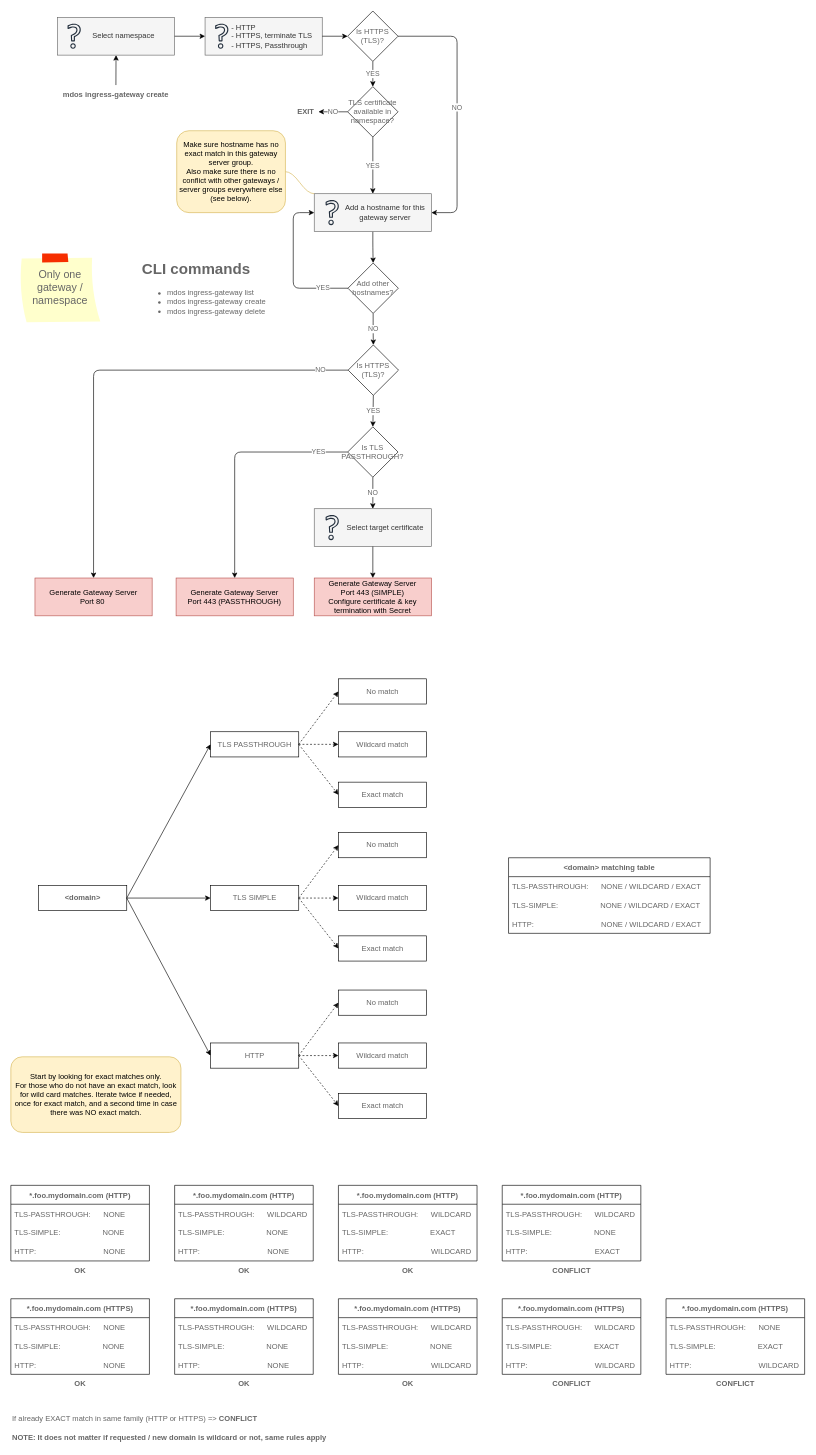
Earlier version of the draw.io diagram page "Gateway management" (8 of 9) of mdos-docs/draw.io/architecture.drawio (mdundek/mdos). Source tidied: cells renumbered, new cells numbered last; positions are measured from the earlier drawing's top-left corner, leaving out a move shared by most shapes. Both pictures are drawn from the tidied source at 63%, with x=0, y=0 at pixel (11, 11).
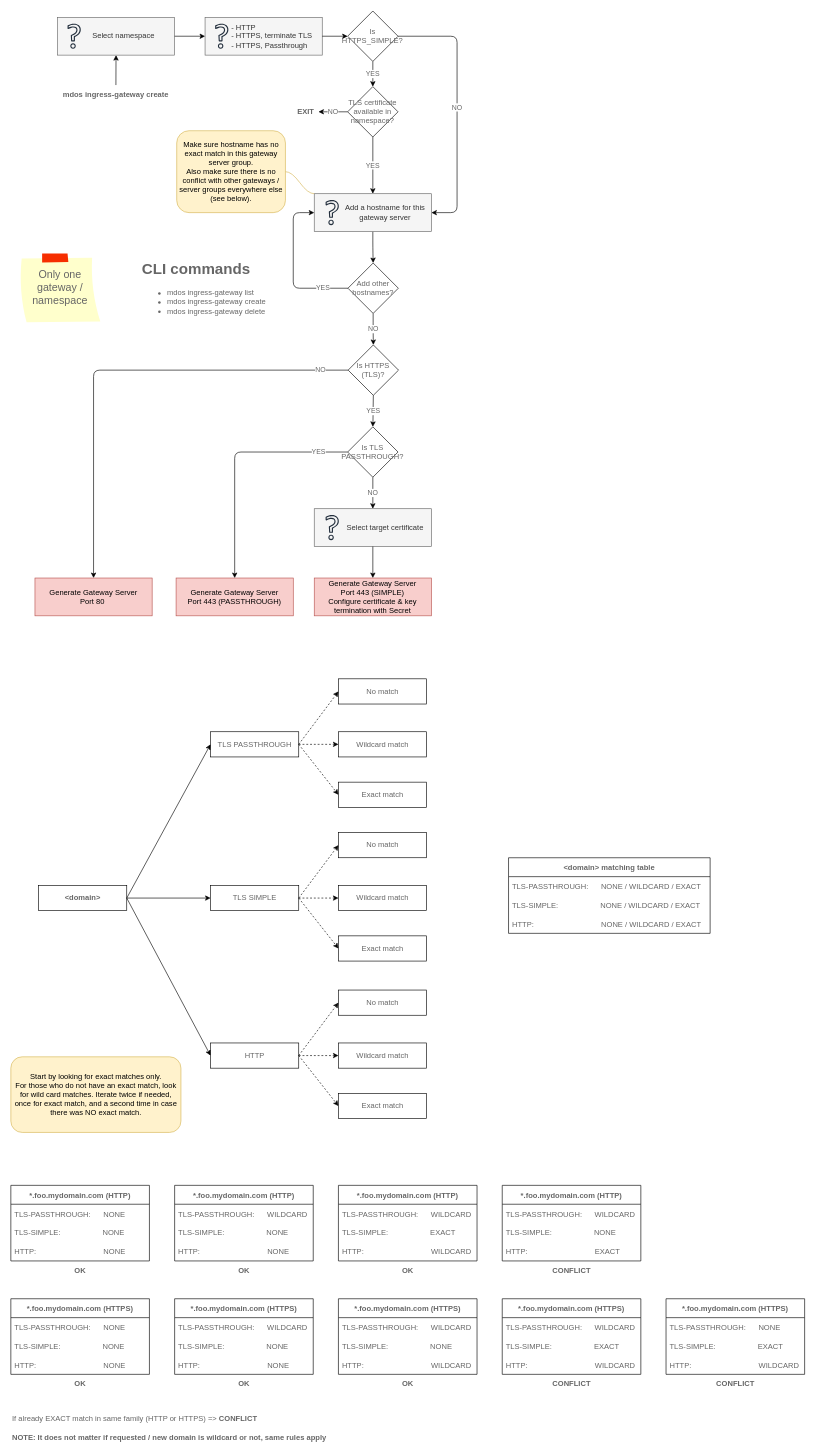
The same page after the edit.

What changed in the source:
```diff
@@
-    <mxCell id="26" value="Is HTTPS (TLS)?" style="rhombus;whiteSpace=wrap;html=1;fontColor=#666666;" parent="1" vertex="1">
+    <mxCell id="26" value="Is HTTPS_SIMPLE?" style="rhombus;whiteSpace=wrap;html=1;fontColor=#666666;" parent="1" vertex="1">
       <mxGeometry x="534.3" width="80" height="80" as="geometry" />
     </mxCell>
```
